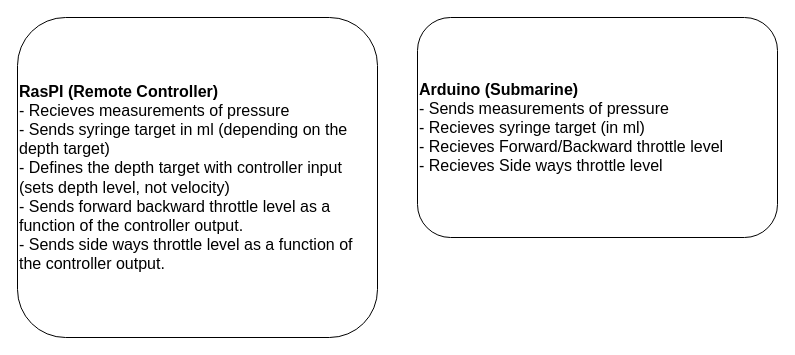
Before: sketch.drawio in EmilHaldan/SuperLegalSubmarine, a draw.io diagram. Source tidied: cells renumbered, new cells numbered last; positions are measured from the earlier drawing's top-left corner, leaving out a move shared by most shapes. Both pictures are drawn from the tidied source at 100%, with x=0, y=0 at pixel (17, 17).
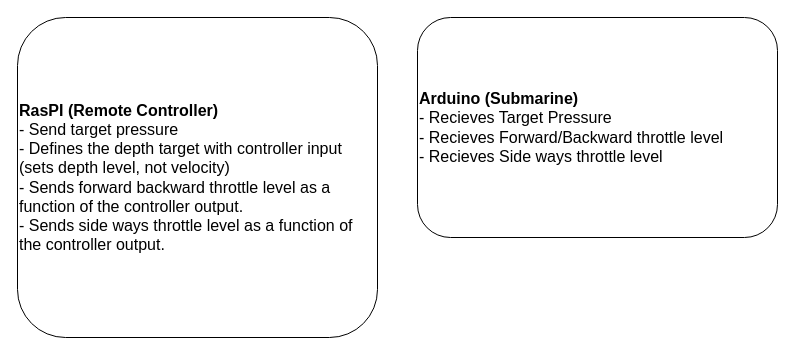
The same page after the edit.

Commit message (it also covers changes not shown here):
with arduino package to recieve

The edit, as a diff of the source:
```diff
@@
 <mxGraphModel>
   <root>
     <mxCell id="0" />
     <mxCell id="1" parent="0" />
-    <mxCell id="2" value="&lt;font style=&quot;font-size: 16px;&quot;&gt;&lt;b&gt;RasPI (Remote Controller)&lt;/b&gt;&lt;br&gt;- Recieves measurements of pressure&lt;br&gt;- Sends syringe target in ml (depending on the depth target)&lt;br&gt;- Defines the depth target with controller input (sets depth level, not velocity)&amp;nbsp;&lt;br&gt;- Sends forward backward throttle level as a function of the controller output.&lt;br&gt;- Sends side ways throttle level as a function of the controller output.&amp;nbsp;&lt;br&gt;&lt;/font&gt;" style="rounded=1;whiteSpace=wrap;html=1;align=left;" parent="1" vertex="1">
+    <mxCell id="2" value="&lt;font style=&quot;font-size: 16px;&quot;&gt;&lt;b&gt;RasPI (Remote Controller)&lt;/b&gt;&lt;br&gt;- Send target pressure&lt;br&gt;- Defines the depth target with controller input (sets depth level, not velocity)&amp;nbsp;&lt;br&gt;- Sends forward backward throttle level as a function of the controller output.&lt;br&gt;- Sends side ways throttle level as a function of the controller output.&amp;nbsp;&lt;br&gt;&lt;/font&gt;" style="rounded=1;whiteSpace=wrap;html=1;align=left;" parent="1" vertex="1">
       <mxGeometry width="360" height="320" as="geometry" />
     </mxCell>
-    <mxCell id="3" value="&lt;div style=&quot;&quot;&gt;&lt;b style=&quot;font-size: 16px; background-color: initial;&quot;&gt;Arduino (Submarine)&lt;/b&gt;&lt;/div&gt;&lt;font style=&quot;font-size: 16px;&quot;&gt;&lt;div style=&quot;&quot;&gt;&lt;span style=&quot;background-color: initial;&quot;&gt;- Sends measurements of pressure&lt;/span&gt;&lt;/div&gt;&lt;div style=&quot;&quot;&gt;&lt;span style=&quot;background-color: initial;&quot;&gt;- Recieves syringe target (in ml)&lt;/span&gt;&lt;/div&gt;&lt;div style=&quot;&quot;&gt;&lt;span style=&quot;background-color: initial;&quot;&gt;- Recieves Forward/Backward throttle level&lt;/span&gt;&lt;/div&gt;&lt;div style=&quot;&quot;&gt;&lt;span style=&quot;background-color: initial;&quot;&gt;- Recieves Side ways throttle level&lt;/span&gt;&lt;/div&gt;&lt;/font&gt;" style="rounded=1;whiteSpace=wrap;html=1;align=left;" parent="1" vertex="1">
+    <mxCell id="3" value="&lt;div style=&quot;&quot;&gt;&lt;b style=&quot;font-size: 16px; background-color: initial;&quot;&gt;Arduino (Submarine)&lt;/b&gt;&lt;/div&gt;&lt;font style=&quot;font-size: 16px;&quot;&gt;&lt;div style=&quot;&quot;&gt;&lt;span style=&quot;background-color: initial;&quot;&gt;- Recieves Target Pressure&lt;/span&gt;&lt;/div&gt;&lt;div style=&quot;&quot;&gt;&lt;span style=&quot;background-color: initial;&quot;&gt;- Recieves Forward/Backward throttle level&lt;/span&gt;&lt;/div&gt;&lt;div style=&quot;&quot;&gt;&lt;span style=&quot;background-color: initial;&quot;&gt;- Recieves Side ways throttle level&lt;/span&gt;&lt;/div&gt;&lt;/font&gt;" style="rounded=1;whiteSpace=wrap;html=1;align=left;" parent="1" vertex="1">
       <mxGeometry x="400" width="360" height="220" as="geometry" />
     </mxCell>
   </root>
 </mxGraphModel>
```
